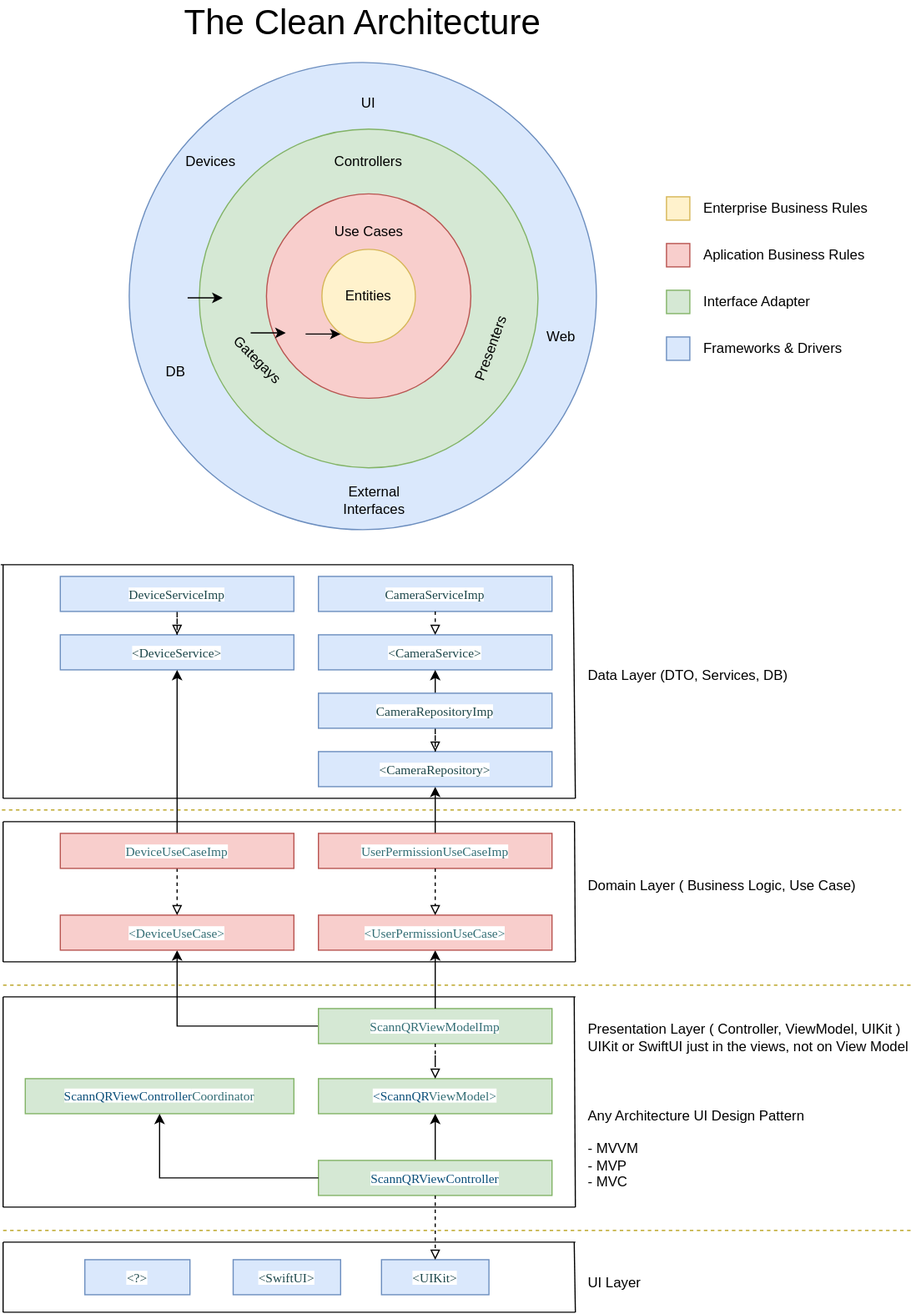
gmoral/qr keeps this draw.io diagram as README_files/clean_architecture.svg. Above is the earlier version. Source tidied: cells renumbered, new cells last; positions are measured from the earlier drawing's top-left corner, leaving out a move shared by most shapes.
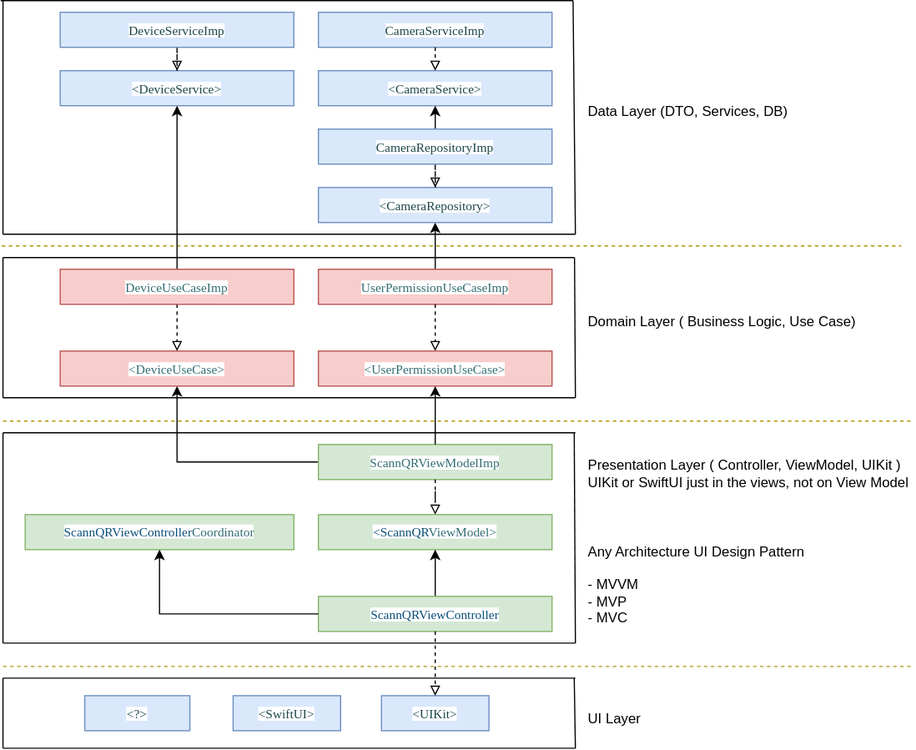
After the commit.

Change to the diagram source:
```diff
@@ -2,99 +2,6 @@
   <root>
     <mxCell id="0" />
     <mxCell id="1" parent="0" />
-    <mxCell id="2" value="The Clean Architecture" style="text;html=1;strokeColor=none;fillColor=none;align=center;verticalAlign=middle;whiteSpace=wrap;rounded=0;fontSize=30;" parent="1" vertex="1">
-      <mxGeometry x="90" width="440" height="30" as="geometry" />
-    </mxCell>
-    <mxCell id="3" style="group;" parent="1" vertex="1">
-      <mxGeometry x="110" y="50" width="400" height="400" as="geometry" />
-    </mxCell>
-    <mxCell id="4" style="ellipse;whiteSpace=wrap;html=1;fillColor=#dae8fc;strokeColor=#6c8ebf;" parent="3" vertex="1">
-      <mxGeometry width="400" height="400" as="geometry" />
-    </mxCell>
-    <mxCell id="5" style="ellipse;whiteSpace=wrap;html=1;fillColor=#d5e8d4;strokeColor=#82b366;" parent="3" vertex="1">
-      <mxGeometry x="60" y="57" width="290" height="290" as="geometry" />
-    </mxCell>
-    <mxCell id="6" style="ellipse;whiteSpace=wrap;html=1;fillColor=#f8cecc;strokeColor=#b85450;" parent="3" vertex="1">
-      <mxGeometry x="117.5" y="112.5" width="175" height="175" as="geometry" />
-    </mxCell>
-    <mxCell id="7" value="Entities" style="ellipse;whiteSpace=wrap;html=1;fillColor=#fff2cc;strokeColor=#d6b656;" parent="3" vertex="1">
-      <mxGeometry x="165" y="160" width="80" height="80" as="geometry" />
-    </mxCell>
-    <mxCell id="8" value="Use Cases" style="text;html=1;strokeColor=none;fillColor=none;align=center;verticalAlign=middle;whiteSpace=wrap;rounded=0;" parent="3" vertex="1">
-      <mxGeometry x="168" y="130" width="75" height="30" as="geometry" />
-    </mxCell>
-    <mxCell id="9" value="Controllers" style="text;html=1;strokeColor=none;fillColor=none;align=center;verticalAlign=middle;whiteSpace=wrap;rounded=0;" parent="3" vertex="1">
-      <mxGeometry x="175" y="70" width="60" height="30" as="geometry" />
-    </mxCell>
-    <mxCell id="10" value="Gategays" style="text;html=1;strokeColor=none;fillColor=none;align=center;verticalAlign=middle;whiteSpace=wrap;rounded=0;rotation=45;" parent="3" vertex="1">
-      <mxGeometry x="80" y="240" width="60" height="30" as="geometry" />
-    </mxCell>
-    <mxCell id="11" value="Presenters" style="text;html=1;strokeColor=none;fillColor=none;align=center;verticalAlign=middle;whiteSpace=wrap;rounded=0;rotation=-70;" parent="3" vertex="1">
-      <mxGeometry x="280" y="230" width="60" height="30" as="geometry" />
-    </mxCell>
-    <mxCell id="12" value="External Interfaces" style="text;html=1;strokeColor=none;fillColor=none;align=center;verticalAlign=middle;whiteSpace=wrap;rounded=0;" parent="3" vertex="1">
-      <mxGeometry x="180" y="360" width="60" height="30" as="geometry" />
-    </mxCell>
-    <mxCell id="13" value="DB" style="text;html=1;strokeColor=none;fillColor=none;align=center;verticalAlign=middle;whiteSpace=wrap;rounded=0;" parent="3" vertex="1">
-      <mxGeometry x="10" y="250" width="60" height="30" as="geometry" />
-    </mxCell>
-    <mxCell id="14" value="Web" style="text;html=1;strokeColor=none;fillColor=none;align=center;verticalAlign=middle;whiteSpace=wrap;rounded=0;" parent="3" vertex="1">
-      <mxGeometry x="340" y="220" width="60" height="30" as="geometry" />
-    </mxCell>
-    <mxCell id="15" value="UI" style="text;html=1;strokeColor=none;fillColor=none;align=center;verticalAlign=middle;whiteSpace=wrap;rounded=0;" parent="3" vertex="1">
-      <mxGeometry x="175" y="20" width="60" height="30" as="geometry" />
-    </mxCell>
-    <mxCell id="16" value="Devices" style="text;html=1;strokeColor=none;fillColor=none;align=center;verticalAlign=middle;whiteSpace=wrap;rounded=0;" parent="3" vertex="1">
-      <mxGeometry x="40" y="70" width="60" height="30" as="geometry" />
-    </mxCell>
-    <mxCell id="17" style="endArrow=classic;html=1;rounded=0;fontSize=12;" parent="3" edge="1">
-      <mxGeometry relative="1" as="geometry">
-        <mxPoint x="50" y="201.5" as="sourcePoint" />
-        <mxPoint x="80" y="201.5" as="targetPoint" />
-      </mxGeometry>
-    </mxCell>
-    <mxCell id="18" style="group;" parent="1" vertex="1">
-      <mxGeometry x="570" y="160" width="200" height="150" as="geometry" />
-    </mxCell>
-    <mxCell id="19" value="Enterprise Business Rules" style="text;html=1;strokeColor=none;fillColor=none;align=left;verticalAlign=middle;whiteSpace=wrap;rounded=0;fontSize=12;" parent="18" vertex="1">
-      <mxGeometry x="30" width="170" height="30" as="geometry" />
-    </mxCell>
-    <mxCell id="20" style="group;" parent="18" vertex="1">
-      <mxGeometry y="5" width="200" height="145" as="geometry" />
-    </mxCell>
-    <mxCell id="21" style="rounded=0;whiteSpace=wrap;html=1;fontSize=30;fillColor=#fff2cc;strokeColor=#d6b656;" parent="20" vertex="1">
-      <mxGeometry width="20" height="20" as="geometry" />
-    </mxCell>
-    <mxCell id="22" style="rounded=0;whiteSpace=wrap;html=1;fontSize=30;fillColor=#f8cecc;strokeColor=#b85450;" parent="20" vertex="1">
-      <mxGeometry y="40" width="20" height="20" as="geometry" />
-    </mxCell>
-    <mxCell id="23" value="Aplication Business Rules" style="text;html=1;strokeColor=none;fillColor=none;align=left;verticalAlign=middle;whiteSpace=wrap;rounded=0;fontSize=12;" parent="20" vertex="1">
-      <mxGeometry x="30" y="35" width="170" height="30" as="geometry" />
-    </mxCell>
-    <mxCell id="24" style="rounded=0;whiteSpace=wrap;html=1;fontSize=30;fillColor=#d5e8d4;strokeColor=#82b366;" parent="20" vertex="1">
-      <mxGeometry y="80" width="20" height="20" as="geometry" />
-    </mxCell>
-    <mxCell id="25" value="Interface Adapter" style="text;html=1;strokeColor=none;fillColor=none;align=left;verticalAlign=middle;whiteSpace=wrap;rounded=0;fontSize=12;" parent="20" vertex="1">
-      <mxGeometry x="30" y="75" width="170" height="30" as="geometry" />
-    </mxCell>
-    <mxCell id="26" style="rounded=0;whiteSpace=wrap;html=1;fontSize=30;fillColor=#dae8fc;strokeColor=#6c8ebf;" parent="20" vertex="1">
-      <mxGeometry y="120" width="20" height="20" as="geometry" />
-    </mxCell>
-    <mxCell id="27" value="Frameworks &amp;amp; Drivers" style="text;html=1;strokeColor=none;fillColor=none;align=left;verticalAlign=middle;whiteSpace=wrap;rounded=0;fontSize=12;" parent="20" vertex="1">
-      <mxGeometry x="30" y="115" width="170" height="30" as="geometry" />
-    </mxCell>
-    <mxCell id="28" style="endArrow=classic;html=1;rounded=0;fontSize=12;" parent="1" edge="1">
-      <mxGeometry relative="1" as="geometry">
-        <mxPoint x="214" y="281.5" as="sourcePoint" />
-        <mxPoint x="244" y="281.5" as="targetPoint" />
-      </mxGeometry>
-    </mxCell>
-    <mxCell id="29" style="endArrow=classic;html=1;rounded=0;fontSize=12;" parent="1" edge="1">
-      <mxGeometry relative="1" as="geometry">
-        <mxPoint x="261" y="282.5" as="sourcePoint" />
-        <mxPoint x="291" y="282.5" as="targetPoint" />
-      </mxGeometry>
-    </mxCell>
     <mxCell id="30" value="Data Layer (DTO, Services, DB)" style="text;html=1;strokeColor=none;fillColor=none;align=left;verticalAlign=middle;whiteSpace=wrap;rounded=0;" parent="1" vertex="1">
       <mxGeometry x="501" y="560" width="240" height="30" as="geometry" />
     </mxCell>
```
